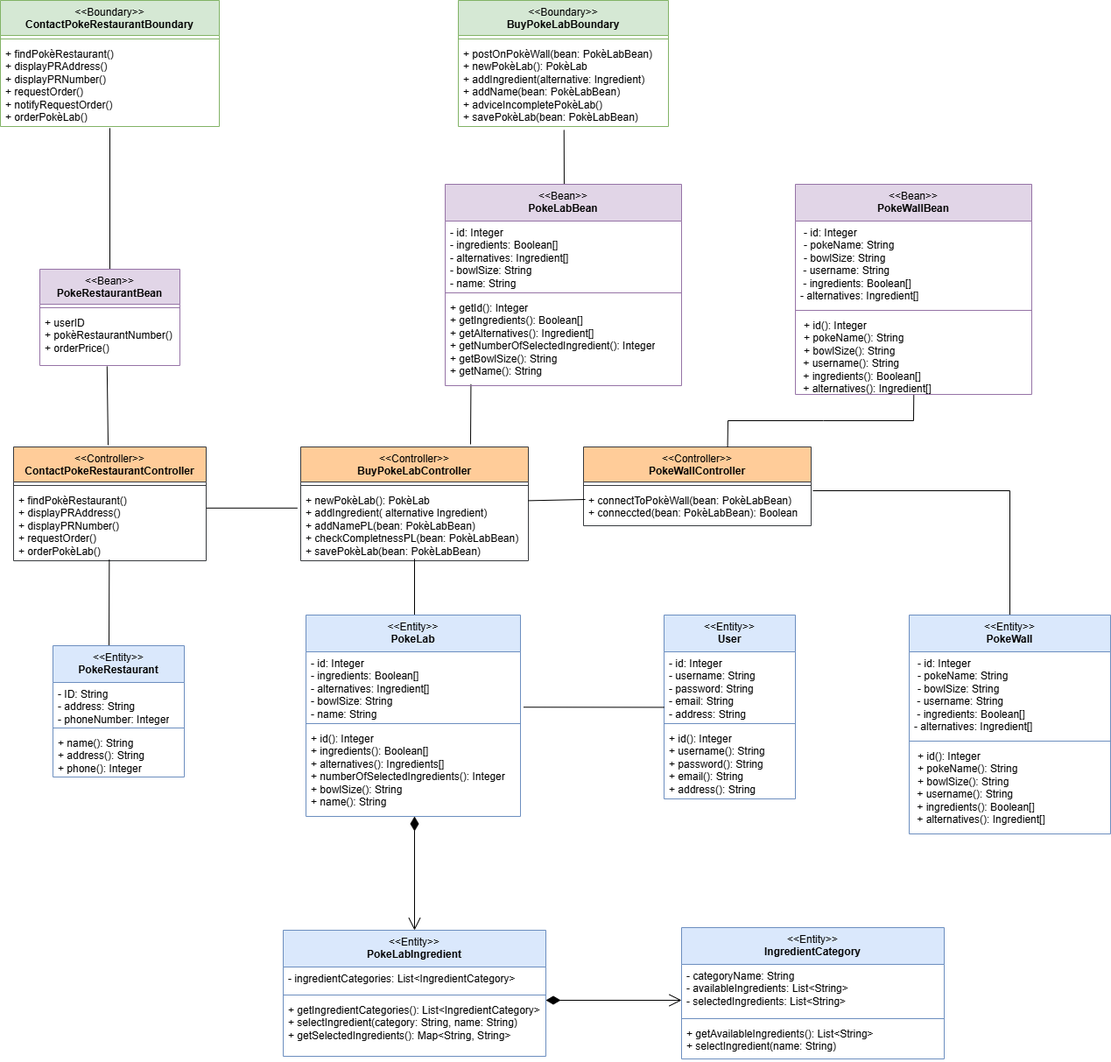
Earlier version of the draw.io export diagrams/BCE.drawio.png (matteopinfildi/YourPoke-ISPWProject). Source tidied: cells renumbered, new cells last; positions are measured from the earlier drawing's top-left corner, leaving out a move shared by most shapes.
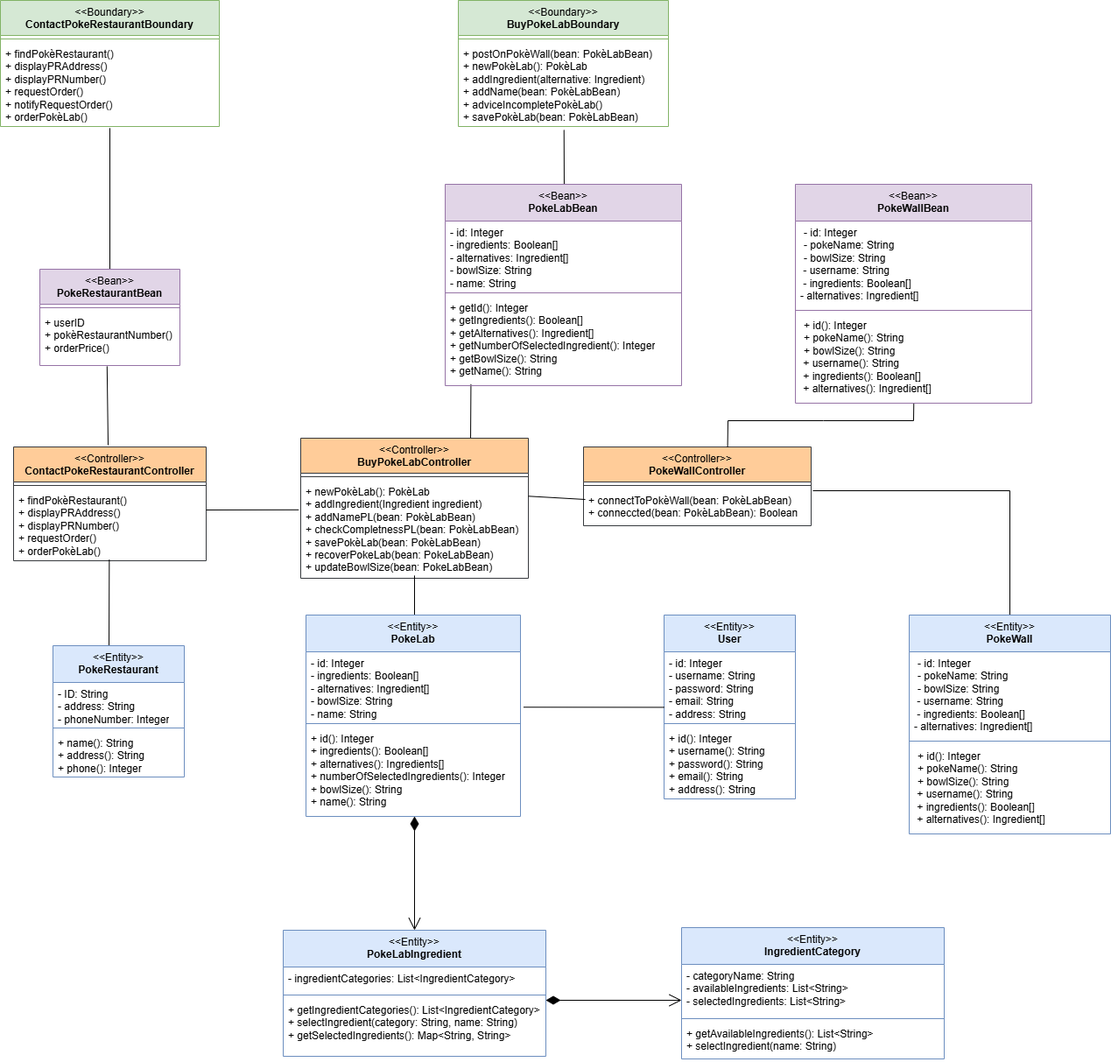
The same diagram one commit later.

The edit, as a diff of the source:
```diff
@@ -57,13 +57,13 @@
       <mxGeometry y="48" width="220" height="82" as="geometry" />
     </mxCell>
     <mxCell id="18" value="&lt;div&gt;&lt;span style=&quot;font-weight: normal;&quot;&gt;&amp;lt;&amp;lt;Controller&amp;gt;&amp;gt;&lt;/span&gt;&lt;/div&gt;BuyPokeLabController" style="swimlane;fontStyle=1;align=center;verticalAlign=top;horizontal=1;startSize=40;whiteSpace=wrap;html=1;fillColor=#ffcc99;strokeColor=#36393d;" parent="1" vertex="1">
-      <mxGeometry x="343" y="510" width="260" height="130" as="geometry" />
+      <mxGeometry x="343" y="500" width="260" height="160" as="geometry" />
     </mxCell>
     <mxCell id="19" style="line;strokeWidth=1;fillColor=none;align=left;verticalAlign=middle;spacingTop=-1;spacingLeft=3;spacingRight=3;labelPosition=right;strokeColor=inherit;" parent="18" vertex="1">
       <mxGeometry y="40" width="260" height="8" as="geometry" />
     </mxCell>
-    <mxCell id="20" value="+ newPokèLab(): PokèLab&lt;div&gt;+ addIngredient( alternative Ingredient)&lt;/div&gt;&lt;div&gt;+ addNamePL(bean: PokèLabBean)&lt;/div&gt;&lt;div&gt;+ checkCompletnessPL(&lt;span style=&quot;background-color: transparent; color: light-dark(rgb(0, 0, 0), rgb(255, 255, 255));&quot;&gt;bean: PokèLabBean)&lt;/span&gt;&lt;/div&gt;&lt;div&gt;+ savePokèLab(bean: PokèLabBean)&lt;/div&gt;" style="text;strokeColor=none;fillColor=none;align=left;verticalAlign=top;spacingLeft=4;spacingRight=4;overflow=hidden;points=[[0,0.5],[1,0.5]];portConstraint=eastwest;whiteSpace=wrap;html=1;" parent="18" vertex="1">
-      <mxGeometry y="48" width="260" height="82" as="geometry" />
+    <mxCell id="20" value="+ newPokèLab(): PokèLab&lt;div&gt;+ addIngredient(Ingredient ingredient)&lt;/div&gt;&lt;div&gt;+ addNamePL(bean: PokèLabBean)&lt;/div&gt;&lt;div&gt;+ checkCompletnessPL(&lt;span style=&quot;background-color: transparent; color: light-dark(rgb(0, 0, 0), rgb(255, 255, 255));&quot;&gt;bean: PokèLabBean)&lt;/span&gt;&lt;/div&gt;&lt;div&gt;+ savePokèLab(bean: PokèLabBean)&lt;/div&gt;&lt;div&gt;+ recoverPokeLab(bean: PokeLabBean)&lt;/div&gt;&lt;div&gt;+ updateBowlSize(bean: PokeLabBean)&lt;/div&gt;&lt;div&gt;&lt;br&gt;&lt;/div&gt;" style="text;strokeColor=none;fillColor=none;align=left;verticalAlign=top;spacingLeft=4;spacingRight=4;overflow=hidden;points=[[0,0.5],[1,0.5]];portConstraint=eastwest;whiteSpace=wrap;html=1;" parent="18" vertex="1">
+      <mxGeometry y="48" width="260" height="112" as="geometry" />
     </mxCell>
     <mxCell id="21" value="&lt;div&gt;&lt;span style=&quot;font-weight: normal;&quot;&gt;&amp;lt;&amp;lt;Controller&amp;gt;&amp;gt;&lt;/span&gt;&lt;/div&gt;PokeWallController" style="swimlane;fontStyle=1;align=center;verticalAlign=top;horizontal=1;startSize=40;whiteSpace=wrap;html=1;fillColor=#ffcc99;strokeColor=#36393d;" parent="1" vertex="1">
       <mxGeometry x="666" y="510" width="260" height="90" as="geometry" />
@@ -92,8 +92,10 @@
         <mxPoint x="668" y="570" as="sourcePoint" />
       </mxGeometry>
     </mxCell>
-    <mxCell id="27" style="endArrow=none;html=1;rounded=0;exitX=-0.014;exitY=0.266;exitDx=0;exitDy=0;exitPerimeter=0;entryX=1.002;entryY=0.266;entryDx=0;entryDy=0;entryPerimeter=0;" parent="1" edge="1" source="20" target="17">
-      <mxGeometry relative="1" as="geometry" />
+    <mxCell id="27" style="endArrow=none;html=1;rounded=0;exitX=-0.009;exitY=0.302;exitDx=0;exitDy=0;exitPerimeter=0;" parent="1" edge="1" source="20">
+      <mxGeometry relative="1" as="geometry">
+        <mxPoint x="235" y="582" as="targetPoint" />
+      </mxGeometry>
     </mxCell>
     <mxCell id="28" style="endArrow=none;html=1;rounded=0;entryX=0.5;entryY=0.972;entryDx=0;entryDy=0;entryPerimeter=0;exitX=0.5;exitY=0;exitDx=0;exitDy=0;" parent="1" edge="1" target="20">
       <mxGeometry relative="1" as="geometry">
@@ -210,7 +212,7 @@
       </mxGeometry>
     </mxCell>
     <mxCell id="61" value="&lt;div&gt;&lt;span style=&quot;font-weight: 400;&quot;&gt;&amp;lt;&amp;lt;Bean&amp;gt;&amp;gt;&lt;/span&gt;&lt;br&gt;&lt;/div&gt;PokeWallBean" style="swimlane;fontStyle=1;align=center;verticalAlign=top;horizontal=1;startSize=42;whiteSpace=wrap;html=1;fillColor=#e1d5e7;strokeColor=#9673a6;" parent="1" vertex="1">
-      <mxGeometry x="908" y="210" width="270" height="240" as="geometry" />
+      <mxGeometry x="908" y="210" width="270" height="250" as="geometry" />
     </mxCell>
     <mxCell id="62" value="&lt;p style=&quot;margin: 0px 0px 0px 4px;&quot;&gt;- id: Integer&lt;/p&gt;&lt;p style=&quot;margin: 0px 0px 0px 4px;&quot;&gt;- pokeName: String&lt;/p&gt;&lt;p style=&quot;margin: 0px 0px 0px 4px;&quot;&gt;- bowlSize: String&lt;/p&gt;&amp;nbsp;- username: String&lt;div&gt;&amp;nbsp;- ingredients: Boolean[]&lt;/div&gt;&lt;div&gt;- alternatives: Ingredient[]&lt;/div&gt;" style="text;strokeColor=none;fillColor=none;align=left;verticalAlign=top;spacingLeft=4;spacingRight=4;overflow=hidden;whiteSpace=wrap;html=1;" parent="61" vertex="1">
       <mxGeometry y="42" width="270" height="98" as="geometry" />
@@ -219,7 +221,7 @@
       <mxGeometry y="140" width="270" height="8" as="geometry" />
     </mxCell>
     <mxCell id="64" value="&lt;p style=&quot;margin: 0px 0px 0px 4px;&quot;&gt;+ id(): Integer&lt;/p&gt;&lt;p style=&quot;margin: 0px 0px 0px 4px;&quot;&gt;+ pokeName(): String&lt;/p&gt;&lt;p style=&quot;margin: 0px 0px 0px 4px;&quot;&gt;&lt;span style=&quot;background-color: transparent; color: light-dark(rgb(0, 0, 0), rgb(255, 255, 255));&quot;&gt;+ bowlSize(): String&lt;/span&gt;&lt;/p&gt;&amp;nbsp;+ username(): String&lt;div&gt;&amp;nbsp;+ ingredients(): Boolean[]&lt;/div&gt;&lt;div&gt;&amp;nbsp;+ alternatives(): Ingredient[]&lt;/div&gt;" style="text;strokeColor=none;fillColor=none;align=left;verticalAlign=top;spacingLeft=4;spacingRight=4;overflow=hidden;points=[[0,0.5],[1,0.5]];portConstraint=eastwest;whiteSpace=wrap;html=1;" parent="61" vertex="1">
-      <mxGeometry y="148" width="270" height="92" as="geometry" />
+      <mxGeometry y="148" width="270" height="102" as="geometry" />
     </mxCell>
   </root>
 </mxGraphModel>
```
